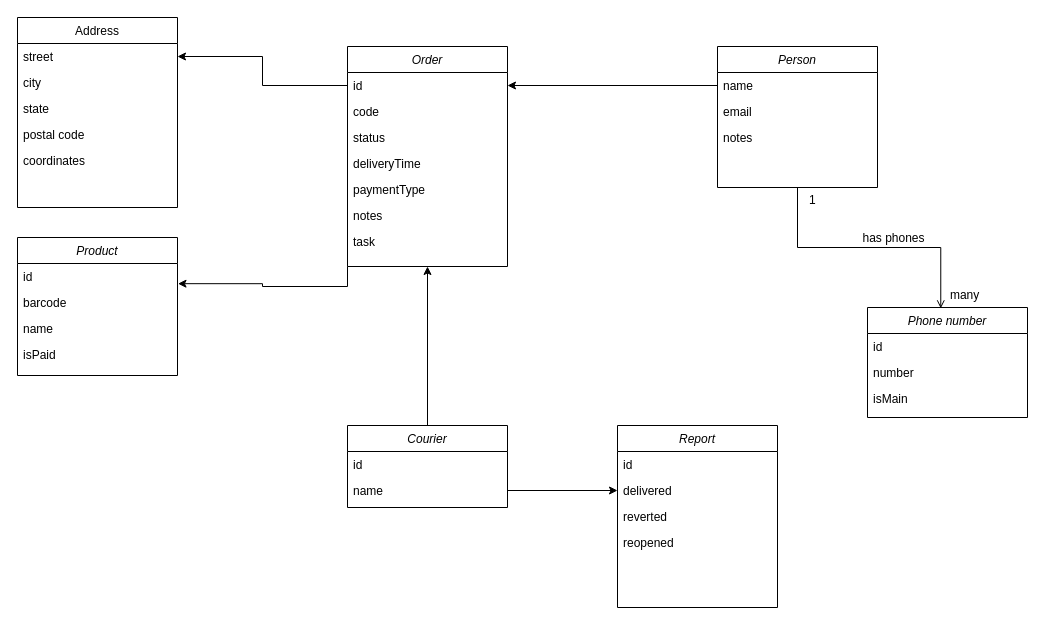
Earlier version of the draw.io diagram Untitled Diagram.drawio (ashevchenko0309/courier-api). Source tidied: cells renumbered, new cells numbered last; positions are measured from the earlier drawing's top-left corner, leaving out a move shared by most shapes. Both pictures are drawn from the tidied source at 100%, with x=0, y=0 at pixel (17, 17).
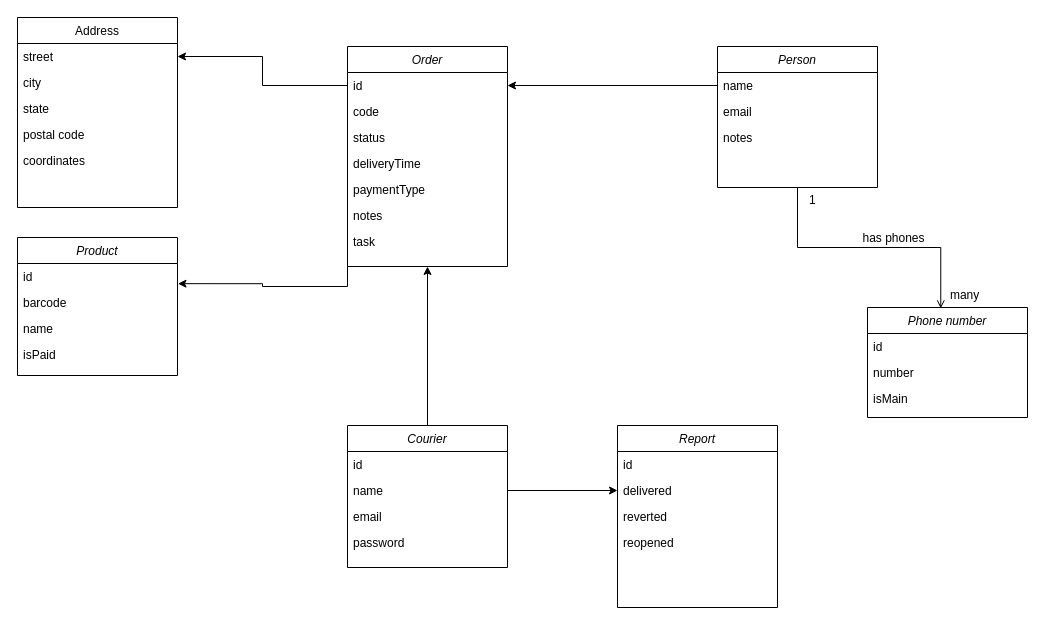
After the change.

Commit message:
Added creds for courier

What changed in the source:
```diff
@@
     <mxCell id="30" value="Courier" style="swimlane;fontStyle=2;align=center;verticalAlign=top;horizontal=1;startSize=26;rounded=0;shadow=0;strokeWidth=1;" parent="1" vertex="1">
-      <mxGeometry x="330" y="408" width="160" height="82" as="geometry" />
+      <mxGeometry x="330" y="408" width="160" height="142" as="geometry" />
     </mxCell>
@@
+    <mxCell id="46" value="email" style="text;align=left;verticalAlign=top;spacingLeft=4;spacingRight=4;overflow=hidden;rounded=0;shadow=0;html=0;" parent="30" vertex="1">
+      <mxGeometry y="78" width="160" height="26" as="geometry" />
+    </mxCell>
+    <mxCell id="47" value="password" style="text;align=left;verticalAlign=top;spacingLeft=4;spacingRight=4;overflow=hidden;rounded=0;shadow=0;html=0;" parent="30" vertex="1">
+      <mxGeometry y="104" width="160" height="26" as="geometry" />
+    </mxCell>
```
